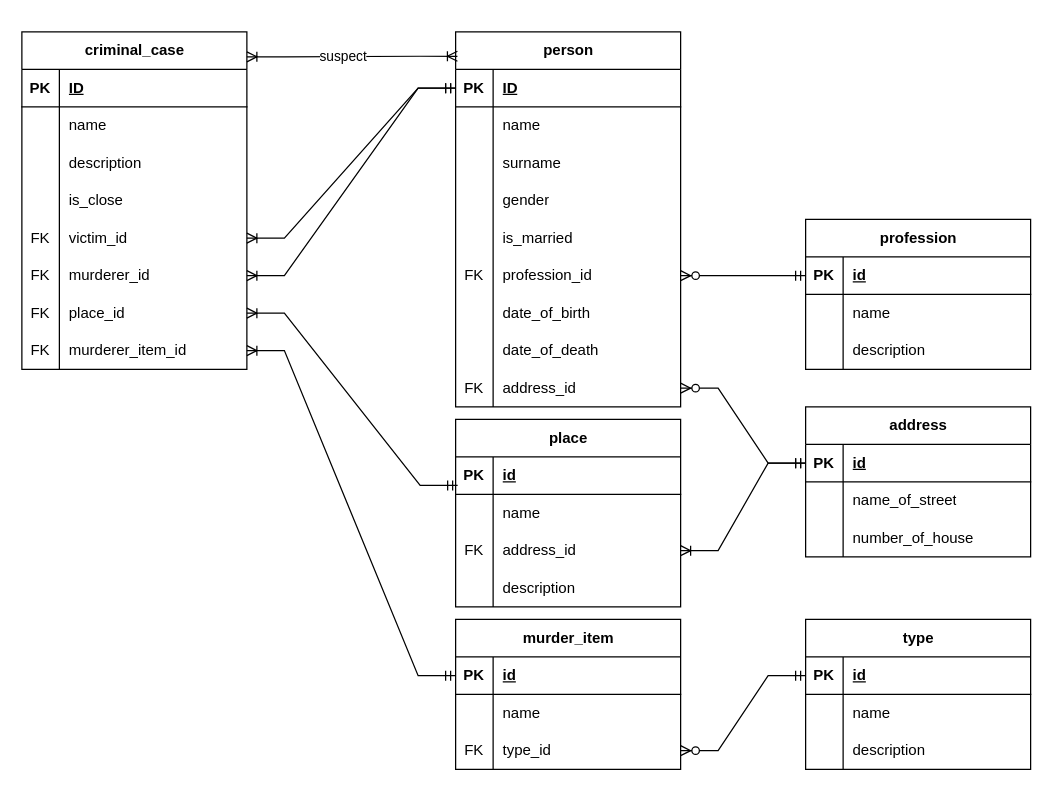
Above: page "Страница — 1" (1 of 2) of 1 year/DataBases/lab1/model.drawio in vnikolaenko-dev/ITMO (draw.io), before the change. Source tidied: cells renumbered, new cells numbered last; positions are measured from the earlier drawing's top-left corner, leaving out a move shared by most shapes. Both pictures are drawn from the tidied source at 125%, with x=0, y=0 at pixel (21, 31).
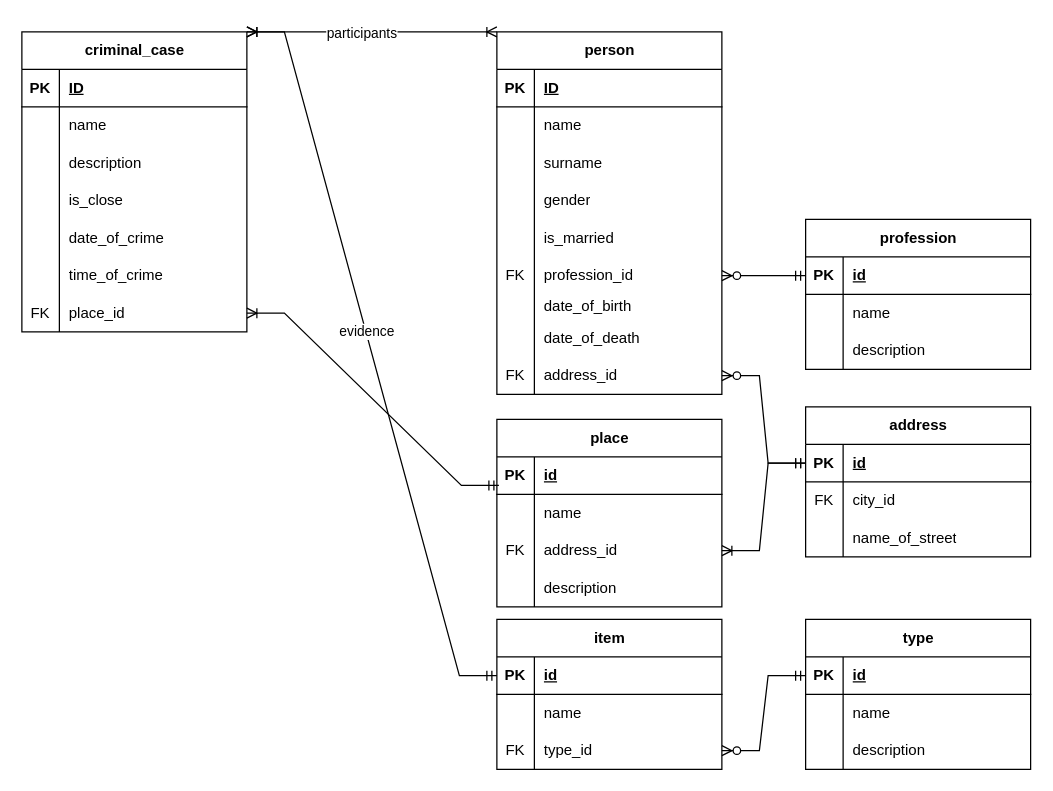
Above is the later version.

Unchanged cells that the change refers to:
```xml
<mxCell id="9" style="shape=tableRow;horizontal=0;startSize=0;swimlaneHead=0;swimlaneBody=0;fillColor=none;points=[[0,0.5],[1,0.5]];portConstraint=eastwest;top=0;left=0;right=0;bottom=1;" parent="8" vertex="1">
  <mxGeometry y="30" width="180" height="30" as="geometry" />
</mxCell>
<mxCell id="46" value="address" style="shape=table;startSize=30;childLayout=tableLayout;rowLines=0;fontStyle=1;align=center;html=1;" parent="1" vertex="1">
  <mxGeometry x="627" y="300" width="180" height="120" as="geometry" />
</mxCell>
<mxCell id="67" style="shape=tableRow;horizontal=0;startSize=0;swimlaneHead=0;swimlaneBody=0;fillColor=none;points=[[0,0.5],[1,0.5]];portConstraint=eastwest;top=0;left=0;right=0;bottom=1;" parent="66" vertex="1">
  <mxGeometry y="30" width="180" height="30" as="geometry" />
</mxCell>
<mxCell id="102" style="shape=tableRow;horizontal=0;startSize=0;swimlaneHead=0;swimlaneBody=0;fillColor=none;points=[[0,0.5],[1,0.5]];portConstraint=eastwest;top=0;left=0;right=0;bottom=0;" parent="89" vertex="1">
  <mxGeometry y="150" width="180" height="30" as="geometry" />
</mxCell>
<mxCell id="105" style="shape=tableRow;horizontal=0;startSize=0;swimlaneHead=0;swimlaneBody=0;fillColor=none;points=[[0,0.5],[1,0.5]];portConstraint=eastwest;top=0;left=0;right=0;bottom=0;" parent="89" vertex="1">
  <mxGeometry y="180" width="180" height="30" as="geometry" />
</mxCell>
```

The edit, as a diff of the source:
```diff
@@
-    <mxCell id="5" style="edgeStyle=entityRelationEdgeStyle;fontSize=12;html=1;endArrow=ERoneToMany;startArrow=ERmandOne;rounded=0;exitX=0;exitY=0.5;exitDx=0;exitDy=0;entryX=1;entryY=0.5;entryDx=0;entryDy=0;" parent="1" edge="1" source="67" target="111">
-      <mxGeometry relative="1" as="geometry" />
-    </mxCell>
@@
     <mxCell id="8" value="person" style="shape=table;startSize=30;childLayout=tableLayout;rowLines=0;fontStyle=1;align=center;html=1;" parent="1" vertex="1">
-      <mxGeometry x="347" width="180" height="300" as="geometry" />
+      <mxGeometry x="380" width="180" height="290" as="geometry" />
     </mxCell>
@@
     <mxCell id="27" style="shape=tableRow;horizontal=0;startSize=0;swimlaneHead=0;swimlaneBody=0;fillColor=none;top=0;left=0;right=0;bottom=0;" parent="8" vertex="1">
-      <mxGeometry y="210" width="180" height="30" as="geometry" />
+      <mxGeometry y="210" width="180" height="20" as="geometry" />
     </mxCell>
     <mxCell id="28" style="shape=partialRectangle;fillColor=none;top=0;left=0;bottom=0;right=0;overflow=hidden;whiteSpace=wrap;html=1;" parent="27" vertex="1">
-      <mxGeometry width="30" height="30" as="geometry" />
+      <mxGeometry width="30" height="20" as="geometry" />
     </mxCell>
     <mxCell id="29" value="date_of_birth" style="shape=partialRectangle;fillColor=none;top=0;left=0;bottom=0;right=0;align=left;spacingLeft=6;overflow=hidden;whiteSpace=wrap;html=1;" parent="27" vertex="1">
-      <mxGeometry x="30" width="150" height="30" as="geometry" />
+      <mxGeometry x="30" width="150" height="20" as="geometry" />
     </mxCell>
     <mxCell id="30" style="shape=tableRow;horizontal=0;startSize=0;swimlaneHead=0;swimlaneBody=0;fillColor=none;top=0;left=0;right=0;bottom=0;" parent="8" vertex="1">
-      <mxGeometry y="240" width="180" height="30" as="geometry" />
+      <mxGeometry y="230" width="180" height="30" as="geometry" />
     </mxCell>
@@
     <mxCell id="33" style="shape=tableRow;horizontal=0;startSize=0;swimlaneHead=0;swimlaneBody=0;fillColor=none;points=[[0,0.5],[1,0.5]];portConstraint=eastwest;top=0;left=0;right=0;bottom=0;" parent="8" vertex="1">
-      <mxGeometry y="270" width="180" height="30" as="geometry" />
+      <mxGeometry y="260" width="180" height="30" as="geometry" />
     </mxCell>
@@
+    <mxCell id="118" style="shape=tableRow;horizontal=0;startSize=0;swimlaneHead=0;swimlaneBody=0;fillColor=none;top=0;left=0;right=0;bottom=0;" parent="46" vertex="1">
+      <mxGeometry y="60" width="180" height="30" as="geometry" />
+    </mxCell>
+    <mxCell id="119" value="FK" style="shape=partialRectangle;fillColor=none;top=0;left=0;bottom=0;right=0;overflow=hidden;whiteSpace=wrap;html=1;" parent="118" vertex="1">
+      <mxGeometry width="30" height="30" as="geometry" />
+    </mxCell>
+    <mxCell id="120" value="city_id" style="shape=partialRectangle;fillColor=none;top=0;left=0;bottom=0;right=0;align=left;spacingLeft=6;overflow=hidden;whiteSpace=wrap;html=1;" parent="118" vertex="1">
+      <mxGeometry x="30" width="150" height="30" as="geometry" />
+    </mxCell>
     <mxCell id="50" style="shape=tableRow;horizontal=0;startSize=0;swimlaneHead=0;swimlaneBody=0;fillColor=none;top=0;left=0;right=0;bottom=0;" parent="46" vertex="1">
-      <mxGeometry y="60" width="180" height="30" as="geometry" />
+      <mxGeometry y="90" width="180" height="30" as="geometry" />
     </mxCell>
@@
-    <mxCell id="53" style="shape=tableRow;horizontal=0;startSize=0;swimlaneHead=0;swimlaneBody=0;fillColor=none;top=0;left=0;right=0;bottom=0;" parent="46" vertex="1">
-      <mxGeometry y="90" width="180" height="30" as="geometry" />
-    </mxCell>
-    <mxCell id="54" style="shape=partialRectangle;fillColor=none;top=0;left=0;bottom=0;right=0;overflow=hidden;whiteSpace=wrap;html=1;" parent="53" vertex="1">
-      <mxGeometry width="30" height="30" as="geometry" />
-    </mxCell>
-    <mxCell id="55" value="number_of_house" style="shape=partialRectangle;fillColor=none;top=0;left=0;bottom=0;right=0;align=left;spacingLeft=6;overflow=hidden;whiteSpace=wrap;html=1;" parent="53" vertex="1">
-      <mxGeometry x="30" width="150" height="30" as="geometry" />
-    </mxCell>
@@
-    <mxCell id="66" value="murder_item" style="shape=table;startSize=30;childLayout=tableLayout;rowLines=0;fontStyle=1;align=center;html=1;" parent="1" vertex="1">
-      <mxGeometry x="347" y="470" width="180" height="120" as="geometry" />
+    <mxCell id="66" value="item" style="shape=table;startSize=30;childLayout=tableLayout;rowLines=0;fontStyle=1;align=center;html=1;" parent="1" vertex="1">
+      <mxGeometry x="380" y="470" width="180" height="120" as="geometry" />
     </mxCell>
@@
     <mxCell id="76" value="place" style="shape=table;startSize=30;childLayout=tableLayout;rowLines=0;fontStyle=1;align=center;html=1;" parent="1" vertex="1">
-      <mxGeometry x="347" y="310" width="180" height="150" as="geometry" />
+      <mxGeometry x="380" y="310" width="180" height="150" as="geometry" />
     </mxCell>
@@
     <mxCell id="89" value="criminal_case" style="shape=table;startSize=30;childLayout=tableLayout;rowLines=0;fontStyle=1;align=center;html=1;" parent="1" vertex="1">
-      <mxGeometry width="180" height="270" as="geometry" />
+      <mxGeometry width="180" height="240" as="geometry" />
     </mxCell>
@@
-    <mxCell id="103" value="FK" style="shape=partialRectangle;fillColor=none;top=0;left=0;bottom=0;right=0;overflow=hidden;whiteSpace=wrap;html=1;" parent="102" vertex="1">
-      <mxGeometry width="30" height="30" as="geometry" />
-    </mxCell>
-    <mxCell id="104" value="victim_id" style="shape=partialRectangle;fillColor=none;top=0;left=0;bottom=0;right=0;align=left;spacingLeft=6;overflow=hidden;whiteSpace=wrap;html=1;" parent="102" vertex="1">
-      <mxGeometry x="30" width="150" height="30" as="geometry" />
-    </mxCell>
+    <mxCell id="121" style="shape=partialRectangle;fillColor=none;top=0;left=0;bottom=0;right=0;overflow=hidden;whiteSpace=wrap;html=1;" parent="102" vertex="1">
+      <mxGeometry width="30" height="30" as="geometry" />
+    </mxCell>
+    <mxCell id="122" value="date_of_crime" style="shape=partialRectangle;fillColor=none;top=0;left=0;bottom=0;right=0;align=left;spacingLeft=6;overflow=hidden;whiteSpace=wrap;html=1;" parent="102" vertex="1">
+      <mxGeometry x="30" width="150" height="30" as="geometry" />
+    </mxCell>
@@
-    <mxCell id="106" value="FK" style="shape=partialRectangle;fillColor=none;top=0;left=0;bottom=0;right=0;overflow=hidden;whiteSpace=wrap;html=1;" parent="105" vertex="1">
-      <mxGeometry width="30" height="30" as="geometry" />
-    </mxCell>
-    <mxCell id="107" value="murderer_id" style="shape=partialRectangle;fillColor=none;top=0;left=0;bottom=0;right=0;align=left;spacingLeft=6;overflow=hidden;whiteSpace=wrap;html=1;" parent="105" vertex="1">
-      <mxGeometry x="30" width="150" height="30" as="geometry" />
-    </mxCell>
+    <mxCell id="123" style="shape=partialRectangle;fillColor=none;top=0;left=0;bottom=0;right=0;overflow=hidden;whiteSpace=wrap;html=1;" parent="105" vertex="1">
+      <mxGeometry width="30" height="30" as="geometry" />
+    </mxCell>
+    <mxCell id="124" value="time_of_crime" style="shape=partialRectangle;fillColor=none;top=0;left=0;bottom=0;right=0;align=left;spacingLeft=6;overflow=hidden;whiteSpace=wrap;html=1;" parent="105" vertex="1">
+      <mxGeometry x="30" width="150" height="30" as="geometry" />
+    </mxCell>
@@
-    <mxCell id="111" style="shape=tableRow;horizontal=0;startSize=0;swimlaneHead=0;swimlaneBody=0;fillColor=none;points=[[0,0.5],[1,0.5]];portConstraint=eastwest;top=0;left=0;right=0;bottom=0;" parent="89" vertex="1">
-      <mxGeometry y="240" width="180" height="30" as="geometry" />
-    </mxCell>
-    <mxCell id="112" value="FK" style="shape=partialRectangle;fillColor=none;top=0;left=0;bottom=0;right=0;overflow=hidden;whiteSpace=wrap;html=1;" parent="111" vertex="1">
-      <mxGeometry width="30" height="30" as="geometry" />
-    </mxCell>
-    <mxCell id="113" value="murderer_item_id" style="shape=partialRectangle;fillColor=none;top=0;left=0;bottom=0;right=0;align=left;spacingLeft=6;overflow=hidden;whiteSpace=wrap;html=1;" parent="111" vertex="1">
-      <mxGeometry x="30" width="150" height="30" as="geometry" />
-    </mxCell>
-    <mxCell id="114" style="edgeStyle=entityRelationEdgeStyle;fontSize=12;html=1;endArrow=ERoneToMany;startArrow=ERmandOne;rounded=0;exitX=0;exitY=0.5;exitDx=0;exitDy=0;entryX=1;entryY=0.5;entryDx=0;entryDy=0;" parent="1" edge="1" source="9" target="102">
-      <mxGeometry relative="1" as="geometry" />
-    </mxCell>
-    <mxCell id="115" style="edgeStyle=entityRelationEdgeStyle;fontSize=12;html=1;endArrow=ERoneToMany;startArrow=ERmandOne;rounded=0;exitX=0;exitY=0.5;exitDx=0;exitDy=0;entryX=1;entryY=0.5;entryDx=0;entryDy=0;" parent="1" edge="1" source="9" target="105">
-      <mxGeometry relative="1" as="geometry" />
-    </mxCell>
-    <mxCell id="116" style="edgeStyle=entityRelationEdgeStyle;fontSize=12;html=1;endArrow=ERoneToMany;startArrow=ERoneToMany;rounded=0;exitX=1;exitY=0.074;exitDx=0;exitDy=0;exitPerimeter=0;entryX=0.008;entryY=0.065;entryDx=0;entryDy=0;entryPerimeter=0;" parent="1" edge="1" source="89" target="8">
+    <mxCell id="116" style="edgeStyle=entityRelationEdgeStyle;fontSize=12;html=1;endArrow=ERoneToMany;startArrow=ERoneToMany;rounded=0;exitX=1;exitY=0;exitDx=0;exitDy=0;entryX=0;entryY=0;entryDx=0;entryDy=0;" parent="1" edge="1" source="89" target="8">
       <mxGeometry relative="1" as="geometry" />
     </mxCell>
-    <mxCell id="117" value="suspect" style="edgeLabel;html=1;align=center;verticalAlign=middle;" parent="116" vertex="1">
+    <mxCell id="117" value="participants" style="edgeLabel;html=1;align=center;verticalAlign=middle;" parent="116" vertex="1">
       <mxGeometry x="-0.09" relative="1" as="geometry" />
     </mxCell>
+    <mxCell id="125" style="edgeStyle=entityRelationEdgeStyle;fontSize=12;html=1;endArrow=ERoneToMany;startArrow=ERmandOne;rounded=0;entryX=1;entryY=0;entryDx=0;entryDy=0;exitX=0;exitY=0.5;exitDx=0;exitDy=0;" parent="1" edge="1" source="67" target="89">
+      <mxGeometry relative="1" as="geometry">
+        <Array as="points">
+          <mxPoint x="10" y="260" />
+        </Array>
+      </mxGeometry>
+    </mxCell>
+    <mxCell id="126" value="evidence" style="edgeLabel;html=1;align=center;verticalAlign=middle;" parent="125" vertex="1">
+      <mxGeometry x="0.06" relative="1" as="geometry" />
+    </mxCell>
```
